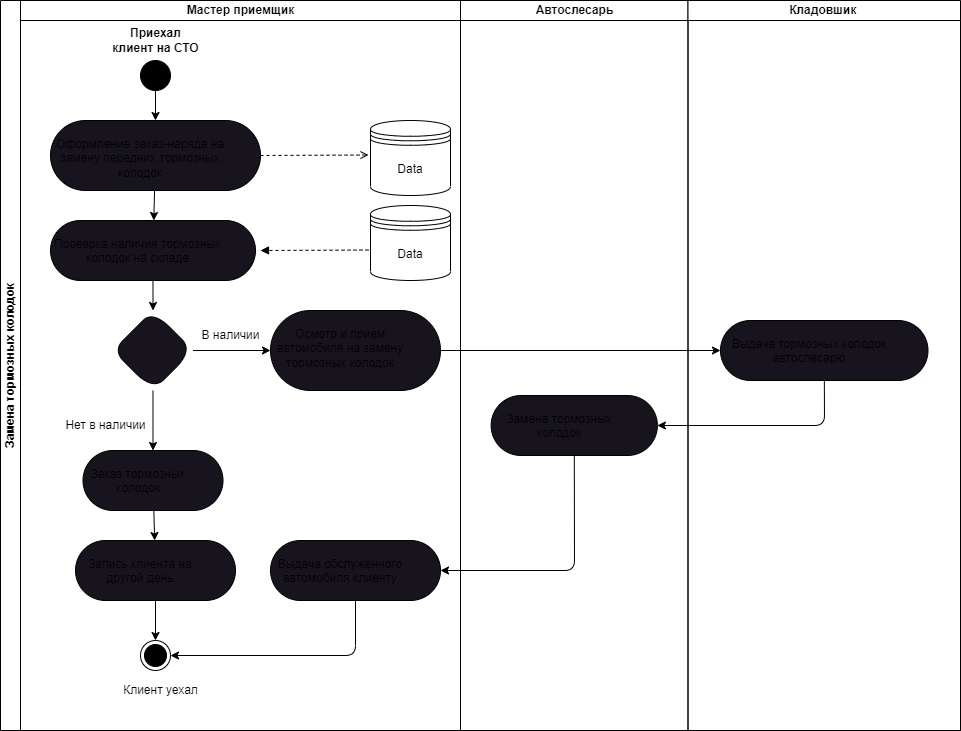
Earlier version of the draw.io export DZ_6.drawio.png (DmitriySutyagin/Business-process-modeling). Source tidied: cells renumbered, new cells last; positions are measured from the earlier drawing's top-left corner, leaving out a move shared by most shapes. Source of this version:
```xml
<mxGraphModel>
  <root>
    <mxCell id="0" />
    <mxCell id="1" parent="0" />
    <mxCell id="2" value="Замена тормозных колодок" style="swimlane;html=1;startSize=20;horizontal=0;whiteSpace=wrap;" parent="1" vertex="1">
      <mxGeometry width="960" height="730" as="geometry" />
    </mxCell>
    <mxCell id="3" value="Мастер приемщик" style="swimlane;html=1;startSize=20;swimlaneLine=1;" parent="2" vertex="1">
      <mxGeometry x="20" width="440" height="730" as="geometry" />
    </mxCell>
    <mxCell id="4" style="html=1;verticalAlign=bottom;labelBackgroundColor=none;endArrow=block;endFill=1;dashed=1;rounded=1;strokeColor=default;fontFamily=Helvetica;fontSize=11;fontColor=default;shape=connector;" parent="3" edge="1">
      <mxGeometry relative="1" as="geometry">
        <mxPoint x="354" y="249.5" as="sourcePoint" />
        <mxPoint x="240" y="250" as="targetPoint" />
      </mxGeometry>
    </mxCell>
    <mxCell id="5" style="edgeStyle=none;html=1;exitX=0.5;exitY=1;exitDx=0;exitDy=0;entryX=0.5;entryY=0;entryDx=0;entryDy=0;" parent="3" edge="1" source="6" target="9">
      <mxGeometry relative="1" as="geometry" />
    </mxCell>
    <mxCell id="6" style="ellipse;fillColor=strokeColor;html=1;" parent="3" vertex="1">
      <mxGeometry x="120" y="60" width="30" height="30" as="geometry" />
    </mxCell>
    <mxCell id="7" value="&lt;b&gt;Приехал &lt;br&gt;клиент на СТО&lt;br&gt;&lt;/b&gt;" style="text;html=1;align=center;verticalAlign=middle;strokeColor=none;fillColor=none;" parent="3" vertex="1">
      <mxGeometry x="80" y="20" width="110" height="40" as="geometry" />
    </mxCell>
    <mxCell id="8" style="edgeStyle=none;html=1;" parent="3" edge="1" source="9" target="11">
      <mxGeometry relative="1" as="geometry" />
    </mxCell>
    <mxCell id="9" value="Оформление заказ-наряда на замену передних тормозных колодок" style="whiteSpace=wrap;html=1;verticalAlign=top;fillColor=rgb(24, 20, 29);rounded=1;arcSize=50;dashed=0;spacingTop=10;spacingRight=30;align=center;" parent="3" vertex="1">
      <mxGeometry x="30" y="120" width="210" height="70" as="geometry" />
    </mxCell>
    <mxCell id="10" style="edgeStyle=none;html=1;" parent="3" edge="1" source="11" target="14">
      <mxGeometry relative="1" as="geometry" />
    </mxCell>
    <mxCell id="11" value="Проверка наличия тормозных колодок на складе" style="rounded=1;whiteSpace=wrap;html=1;verticalAlign=top;fillColor=rgb(24, 20, 29);arcSize=50;dashed=0;spacingTop=10;spacingRight=30;" parent="3" vertex="1">
      <mxGeometry x="30" y="220" width="205" height="60" as="geometry" />
    </mxCell>
    <mxCell id="12" style="edgeStyle=none;html=1;" parent="3" edge="1" source="14" target="16">
      <mxGeometry relative="1" as="geometry" />
    </mxCell>
    <mxCell id="13" style="edgeStyle=none;html=1;" parent="3" edge="1" source="14" target="17">
      <mxGeometry relative="1" as="geometry" />
    </mxCell>
    <mxCell id="14" style="rhombus;whiteSpace=wrap;html=1;verticalAlign=top;fillColor=rgb(24, 20, 29);rounded=1;arcSize=50;dashed=0;spacingTop=10;spacingRight=30;" parent="3" vertex="1">
      <mxGeometry x="92.5" y="310" width="80" height="80" as="geometry" />
    </mxCell>
    <mxCell id="15" style="edgeStyle=none;html=1;" parent="3" edge="1" source="16" target="21">
      <mxGeometry relative="1" as="geometry" />
    </mxCell>
    <mxCell id="16" value="&lt;div style=&quot;&quot;&gt;&lt;span style=&quot;background-color: initial;&quot;&gt;Заказ тормозных колодок&lt;/span&gt;&lt;/div&gt;" style="whiteSpace=wrap;html=1;verticalAlign=top;fillColor=rgb(24, 20, 29);rounded=1;arcSize=50;dashed=0;spacingTop=10;spacingRight=30;align=center;" parent="3" vertex="1">
      <mxGeometry x="62.5" y="450" width="140" height="60" as="geometry" />
    </mxCell>
    <mxCell id="17" value="Осмотр и прием автомобиля на замену тормозных колодок" style="whiteSpace=wrap;html=1;verticalAlign=top;fillColor=rgb(24, 20, 29);rounded=1;arcSize=50;dashed=0;spacingTop=10;spacingRight=30;" parent="3" vertex="1">
      <mxGeometry x="250" y="310" width="170" height="80" as="geometry" />
    </mxCell>
    <mxCell id="18" value="Нет в наличии" style="text;html=1;align=center;verticalAlign=middle;strokeColor=none;fillColor=none;" parent="3" vertex="1">
      <mxGeometry x="35" y="410" width="100" height="30" as="geometry" />
    </mxCell>
    <mxCell id="19" value="В наличии" style="text;html=1;align=center;verticalAlign=middle;strokeColor=none;fillColor=none;" parent="3" vertex="1">
      <mxGeometry x="170" y="320" width="80" height="30" as="geometry" />
    </mxCell>
    <mxCell id="20" style="edgeStyle=none;html=1;exitX=0.5;exitY=1;exitDx=0;exitDy=0;entryX=0.5;entryY=0;entryDx=0;entryDy=0;" parent="3" edge="1" source="21" target="22">
      <mxGeometry relative="1" as="geometry" />
    </mxCell>
    <mxCell id="21" value="Запись клиента на другой день" style="whiteSpace=wrap;html=1;verticalAlign=top;fillColor=rgb(24, 20, 29);rounded=1;arcSize=50;dashed=0;spacingTop=10;spacingRight=30;" parent="3" vertex="1">
      <mxGeometry x="55" y="540" width="160" height="60" as="geometry" />
    </mxCell>
    <mxCell id="22" style="ellipse;html=1;shape=endState;fillColor=strokeColor;" parent="3" vertex="1">
      <mxGeometry x="120" y="640" width="30" height="30" as="geometry" />
    </mxCell>
    <mxCell id="23" style="edgeStyle=none;html=1;exitX=0.5;exitY=1;exitDx=0;exitDy=0;entryX=1;entryY=0.5;entryDx=0;entryDy=0;" parent="3" edge="1" source="24" target="22">
      <mxGeometry relative="1" as="geometry">
        <Array as="points">
          <mxPoint x="335" y="655" />
        </Array>
      </mxGeometry>
    </mxCell>
    <mxCell id="24" value="Выдача обслуженного автомобиля клиенту" style="whiteSpace=wrap;html=1;verticalAlign=top;fillColor=rgb(24, 20, 29);rounded=1;arcSize=50;dashed=0;spacingTop=10;spacingRight=30;" parent="3" vertex="1">
      <mxGeometry x="250" y="540" width="170" height="60" as="geometry" />
    </mxCell>
    <mxCell id="25" value="Data" style="shape=datastore;whiteSpace=wrap;html=1;" parent="3" vertex="1">
      <mxGeometry x="350" y="120" width="80" height="75" as="geometry" />
    </mxCell>
    <mxCell id="26" style="html=1;verticalAlign=bottom;labelBackgroundColor=none;endArrow=open;endFill=0;dashed=1;rounded=1;strokeColor=default;fontFamily=Helvetica;fontSize=11;fontColor=default;shape=connector;" parent="3" edge="1">
      <mxGeometry relative="1" as="geometry">
        <mxPoint x="240" y="155" as="sourcePoint" />
        <mxPoint x="348" y="154.5" as="targetPoint" />
      </mxGeometry>
    </mxCell>
    <mxCell id="27" value="Data" style="shape=datastore;whiteSpace=wrap;html=1;" parent="3" vertex="1">
      <mxGeometry x="350" y="205" width="80" height="75" as="geometry" />
    </mxCell>
    <mxCell id="28" value="Автослесарь" style="swimlane;html=1;startSize=20;swimlaneLine=1;" parent="2" vertex="1">
      <mxGeometry x="460" width="227.5" height="730" as="geometry" />
    </mxCell>
    <mxCell id="29" value="Замена тормозных колодок" style="whiteSpace=wrap;html=1;verticalAlign=top;fillColor=rgb(24, 20, 29);rounded=1;arcSize=50;dashed=0;spacingTop=10;spacingRight=30;" parent="28" vertex="1">
      <mxGeometry x="30.6" y="395" width="166.2" height="60" as="geometry" />
    </mxCell>
    <mxCell id="30" value="Кладовшик&amp;nbsp;" style="swimlane;html=1;startSize=20;" parent="2" vertex="1">
      <mxGeometry x="687.5" width="272.5" height="730" as="geometry" />
    </mxCell>
    <mxCell id="31" value="Выдача тормозных колодок автослесарю" style="whiteSpace=wrap;html=1;verticalAlign=top;fillColor=rgb(24, 20, 29);rounded=1;arcSize=50;dashed=0;spacingTop=10;spacingRight=30;" parent="30" vertex="1">
      <mxGeometry x="32.5" y="320" width="207.5" height="60" as="geometry" />
    </mxCell>
    <mxCell id="32" style="edgeStyle=none;html=1;" parent="2" edge="1" source="17" target="31">
      <mxGeometry relative="1" as="geometry" />
    </mxCell>
    <mxCell id="33" style="edgeStyle=none;html=1;" parent="2" edge="1" source="31" target="29">
      <mxGeometry relative="1" as="geometry">
        <Array as="points">
          <mxPoint x="824" y="425" />
        </Array>
      </mxGeometry>
    </mxCell>
    <mxCell id="34" style="edgeStyle=none;html=1;" parent="2" edge="1" source="29" target="24">
      <mxGeometry relative="1" as="geometry">
        <Array as="points">
          <mxPoint x="574" y="570" />
        </Array>
      </mxGeometry>
    </mxCell>
    <mxCell id="35" value="Клиент уехал" style="text;html=1;align=center;verticalAlign=middle;strokeColor=none;fillColor=none;" parent="1" vertex="1">
      <mxGeometry x="110" y="675" width="100" height="30" as="geometry" />
    </mxCell>
  </root>
</mxGraphModel>
```
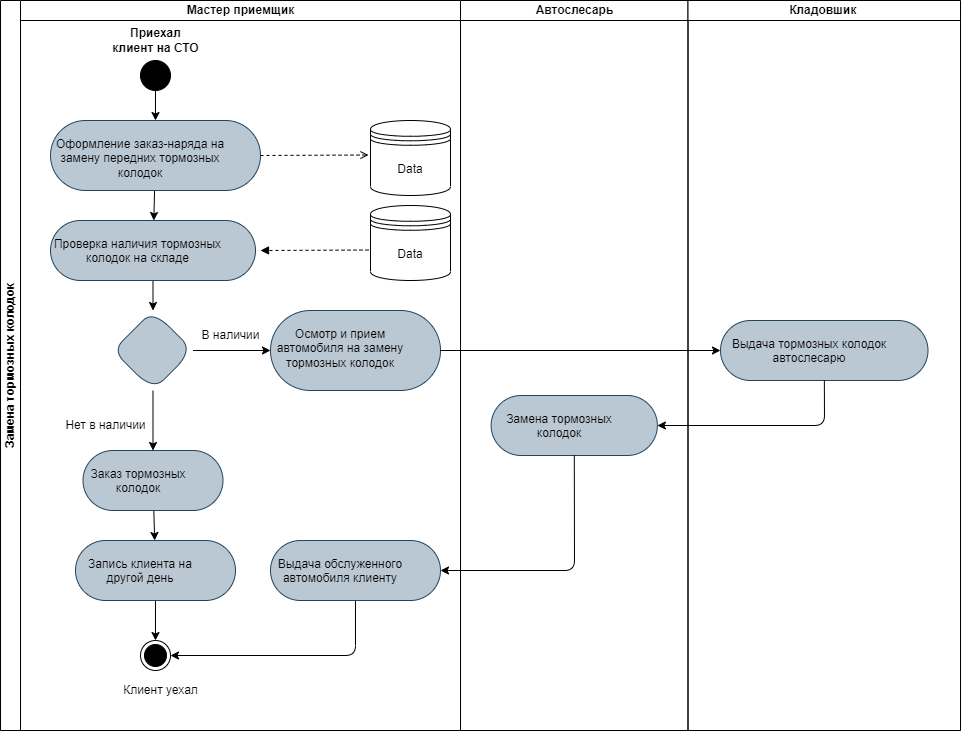
Above is the later version.

Commit message:
Решение задач шестого семинара

The edit, as a diff of the source:
```diff
@@ -26,13 +26,13 @@
     <mxCell id="8" style="edgeStyle=none;html=1;" parent="3" edge="1" source="9" target="11">
       <mxGeometry relative="1" as="geometry" />
     </mxCell>
-    <mxCell id="9" value="Оформление заказ-наряда на замену передних тормозных колодок" style="whiteSpace=wrap;html=1;verticalAlign=top;fillColor=rgb(24, 20, 29);rounded=1;arcSize=50;dashed=0;spacingTop=10;spacingRight=30;align=center;" parent="3" vertex="1">
+    <mxCell id="9" value="Оформление заказ-наряда на замену передних тормозных колодок" style="whiteSpace=wrap;html=1;verticalAlign=top;fillColor=#bac8d3;rounded=1;arcSize=50;dashed=0;spacingTop=10;spacingRight=30;align=center;strokeColor=#23445d;" parent="3" vertex="1">
       <mxGeometry x="30" y="120" width="210" height="70" as="geometry" />
     </mxCell>
     <mxCell id="10" style="edgeStyle=none;html=1;" parent="3" edge="1" source="11" target="14">
       <mxGeometry relative="1" as="geometry" />
     </mxCell>
-    <mxCell id="11" value="Проверка наличия тормозных колодок на складе" style="rounded=1;whiteSpace=wrap;html=1;verticalAlign=top;fillColor=rgb(24, 20, 29);arcSize=50;dashed=0;spacingTop=10;spacingRight=30;" parent="3" vertex="1">
+    <mxCell id="11" value="Проверка наличия тормозных колодок на складе" style="rounded=1;whiteSpace=wrap;html=1;verticalAlign=top;fillColor=#bac8d3;arcSize=50;dashed=0;spacingTop=10;spacingRight=30;strokeColor=#23445d;" parent="3" vertex="1">
       <mxGeometry x="30" y="220" width="205" height="60" as="geometry" />
     </mxCell>
     <mxCell id="12" style="edgeStyle=none;html=1;" parent="3" edge="1" source="14" target="16">
@@ -41,16 +41,16 @@
     <mxCell id="13" style="edgeStyle=none;html=1;" parent="3" edge="1" source="14" target="17">
       <mxGeometry relative="1" as="geometry" />
     </mxCell>
-    <mxCell id="14" style="rhombus;whiteSpace=wrap;html=1;verticalAlign=top;fillColor=rgb(24, 20, 29);rounded=1;arcSize=50;dashed=0;spacingTop=10;spacingRight=30;" parent="3" vertex="1">
+    <mxCell id="14" style="rhombus;whiteSpace=wrap;html=1;verticalAlign=top;fillColor=#bac8d3;rounded=1;arcSize=50;dashed=0;spacingTop=10;spacingRight=30;strokeColor=#23445d;" parent="3" vertex="1">
       <mxGeometry x="92.5" y="310" width="80" height="80" as="geometry" />
     </mxCell>
     <mxCell id="15" style="edgeStyle=none;html=1;" parent="3" edge="1" source="16" target="21">
       <mxGeometry relative="1" as="geometry" />
     </mxCell>
-    <mxCell id="16" value="&lt;div style=&quot;&quot;&gt;&lt;span style=&quot;background-color: initial;&quot;&gt;Заказ тормозных колодок&lt;/span&gt;&lt;/div&gt;" style="whiteSpace=wrap;html=1;verticalAlign=top;fillColor=rgb(24, 20, 29);rounded=1;arcSize=50;dashed=0;spacingTop=10;spacingRight=30;align=center;" parent="3" vertex="1">
+    <mxCell id="16" value="&lt;div style=&quot;&quot;&gt;&lt;span style=&quot;background-color: initial;&quot;&gt;Заказ тормозных колодок&lt;/span&gt;&lt;/div&gt;" style="whiteSpace=wrap;html=1;verticalAlign=top;fillColor=#bac8d3;rounded=1;arcSize=50;dashed=0;spacingTop=10;spacingRight=30;align=center;strokeColor=#23445d;" parent="3" vertex="1">
       <mxGeometry x="62.5" y="450" width="140" height="60" as="geometry" />
     </mxCell>
-    <mxCell id="17" value="Осмотр и прием автомобиля на замену тормозных колодок" style="whiteSpace=wrap;html=1;verticalAlign=top;fillColor=rgb(24, 20, 29);rounded=1;arcSize=50;dashed=0;spacingTop=10;spacingRight=30;" parent="3" vertex="1">
+    <mxCell id="17" value="Осмотр и прием автомобиля на замену тормозных колодок" style="whiteSpace=wrap;html=1;verticalAlign=top;fillColor=#bac8d3;rounded=1;arcSize=50;dashed=0;spacingTop=10;spacingRight=30;strokeColor=#23445d;" parent="3" vertex="1">
       <mxGeometry x="250" y="310" width="170" height="80" as="geometry" />
     </mxCell>
     <mxCell id="18" value="Нет в наличии" style="text;html=1;align=center;verticalAlign=middle;strokeColor=none;fillColor=none;" parent="3" vertex="1">
@@ -62,7 +62,7 @@
     <mxCell id="20" style="edgeStyle=none;html=1;exitX=0.5;exitY=1;exitDx=0;exitDy=0;entryX=0.5;entryY=0;entryDx=0;entryDy=0;" parent="3" edge="1" source="21" target="22">
       <mxGeometry relative="1" as="geometry" />
     </mxCell>
-    <mxCell id="21" value="Запись клиента на другой день" style="whiteSpace=wrap;html=1;verticalAlign=top;fillColor=rgb(24, 20, 29);rounded=1;arcSize=50;dashed=0;spacingTop=10;spacingRight=30;" parent="3" vertex="1">
+    <mxCell id="21" value="Запись клиента на другой день" style="whiteSpace=wrap;html=1;verticalAlign=top;fillColor=#bac8d3;rounded=1;arcSize=50;dashed=0;spacingTop=10;spacingRight=30;strokeColor=#23445d;" parent="3" vertex="1">
       <mxGeometry x="55" y="540" width="160" height="60" as="geometry" />
     </mxCell>
     <mxCell id="22" style="ellipse;html=1;shape=endState;fillColor=strokeColor;" parent="3" vertex="1">
@@ -75,7 +75,7 @@
         </Array>
       </mxGeometry>
     </mxCell>
-    <mxCell id="24" value="Выдача обслуженного автомобиля клиенту" style="whiteSpace=wrap;html=1;verticalAlign=top;fillColor=rgb(24, 20, 29);rounded=1;arcSize=50;dashed=0;spacingTop=10;spacingRight=30;" parent="3" vertex="1">
+    <mxCell id="24" value="Выдача обслуженного автомобиля клиенту" style="whiteSpace=wrap;html=1;verticalAlign=top;fillColor=#bac8d3;rounded=1;arcSize=50;dashed=0;spacingTop=10;spacingRight=30;strokeColor=#23445d;" parent="3" vertex="1">
       <mxGeometry x="250" y="540" width="170" height="60" as="geometry" />
     </mxCell>
     <mxCell id="25" value="Data" style="shape=datastore;whiteSpace=wrap;html=1;" parent="3" vertex="1">
@@ -93,13 +93,13 @@
     <mxCell id="28" value="Автослесарь" style="swimlane;html=1;startSize=20;swimlaneLine=1;" parent="2" vertex="1">
       <mxGeometry x="460" width="227.5" height="730" as="geometry" />
     </mxCell>
-    <mxCell id="29" value="Замена тормозных колодок" style="whiteSpace=wrap;html=1;verticalAlign=top;fillColor=rgb(24, 20, 29);rounded=1;arcSize=50;dashed=0;spacingTop=10;spacingRight=30;" parent="28" vertex="1">
+    <mxCell id="29" value="Замена тормозных колодок" style="whiteSpace=wrap;html=1;verticalAlign=top;fillColor=#bac8d3;rounded=1;arcSize=50;dashed=0;spacingTop=10;spacingRight=30;strokeColor=#23445d;" parent="28" vertex="1">
       <mxGeometry x="30.6" y="395" width="166.2" height="60" as="geometry" />
     </mxCell>
     <mxCell id="30" value="Кладовшик&amp;nbsp;" style="swimlane;html=1;startSize=20;" parent="2" vertex="1">
       <mxGeometry x="687.5" width="272.5" height="730" as="geometry" />
     </mxCell>
-    <mxCell id="31" value="Выдача тормозных колодок автослесарю" style="whiteSpace=wrap;html=1;verticalAlign=top;fillColor=rgb(24, 20, 29);rounded=1;arcSize=50;dashed=0;spacingTop=10;spacingRight=30;" parent="30" vertex="1">
+    <mxCell id="31" value="Выдача тормозных колодок автослесарю" style="whiteSpace=wrap;html=1;verticalAlign=top;fillColor=#bac8d3;rounded=1;arcSize=50;dashed=0;spacingTop=10;spacingRight=30;strokeColor=#23445d;" parent="30" vertex="1">
       <mxGeometry x="32.5" y="320" width="207.5" height="60" as="geometry" />
     </mxCell>
     <mxCell id="32" style="edgeStyle=none;html=1;" parent="2" edge="1" source="17" target="31">
```
